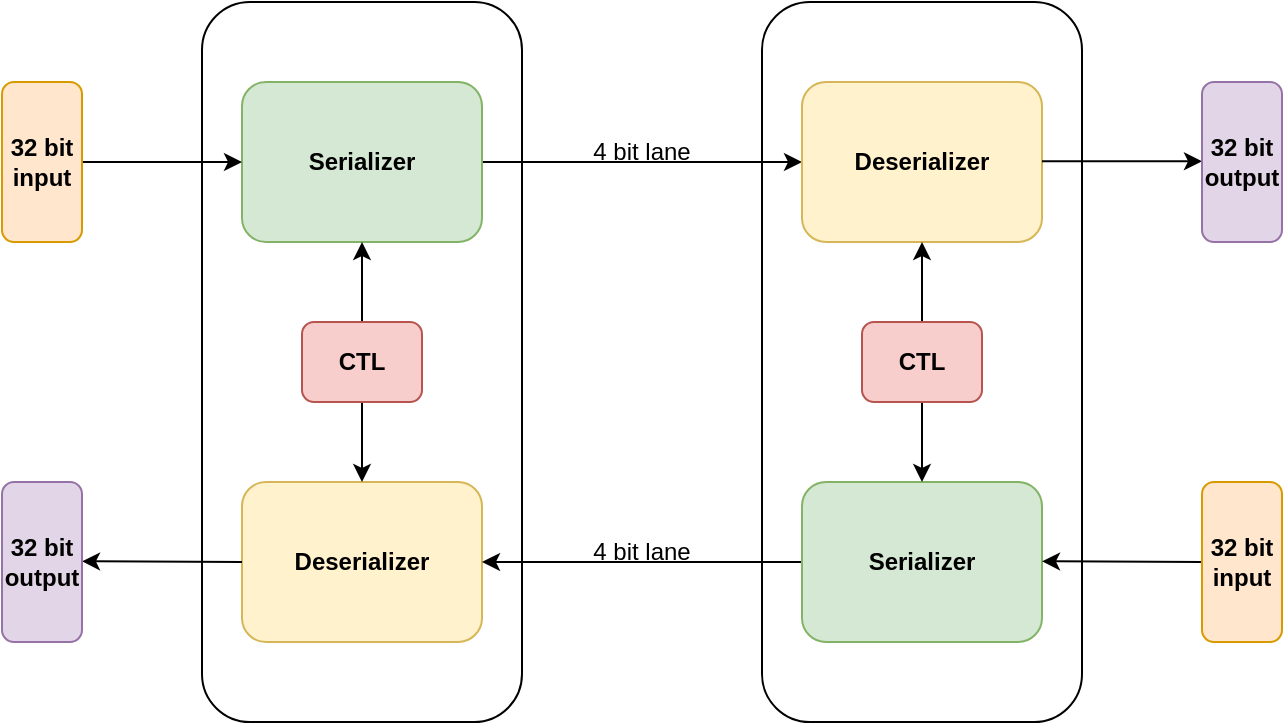
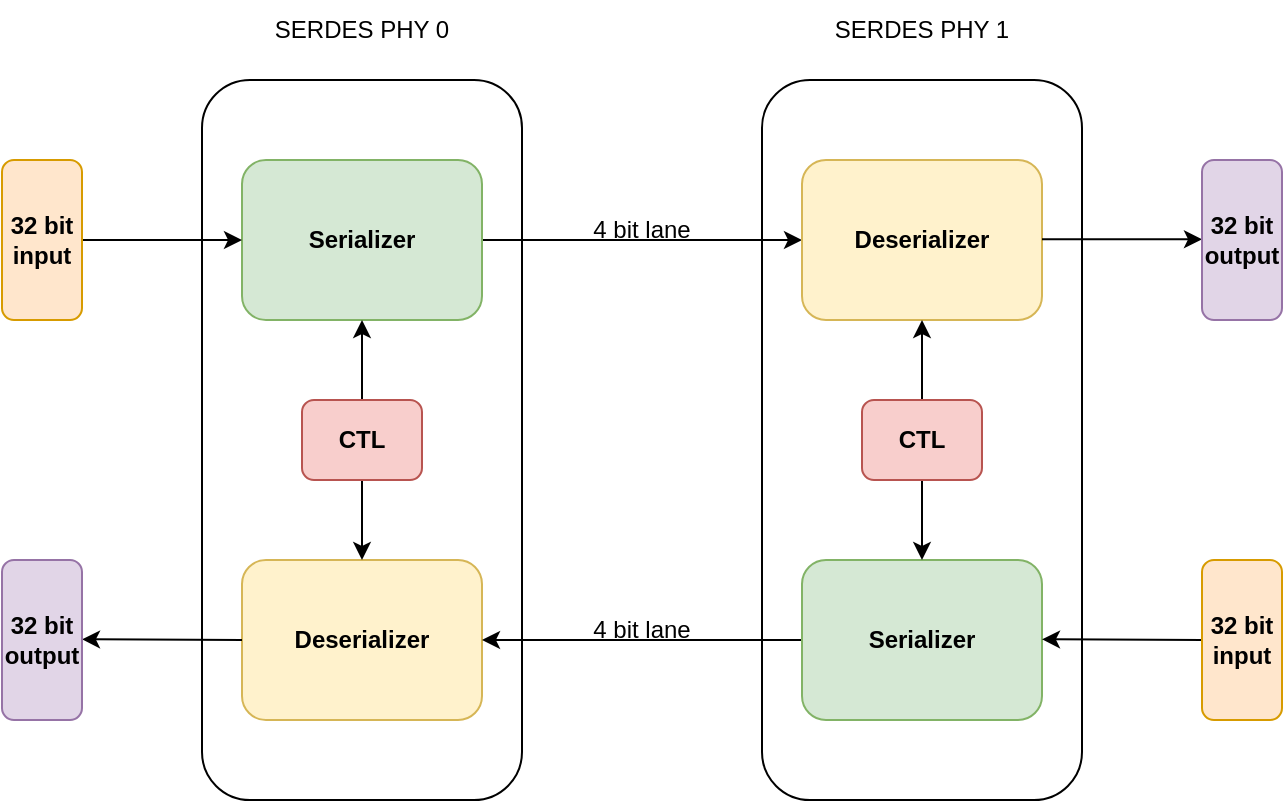
<mxfile host="app.diagrams.net" pages="6">
  <diagram name="SerDes Block Diagram" id="W4ALeMc_fcv-iuW4_5jM">
-     <mxGraphModel dx="654" dy="921" grid="1" gridSize="10" guides="1" tooltips="1" connect="1" arrows="1" fold="1" page="1" pageScale="1" pageWidth="850" pageHeight="1100" math="0" shadow="0">
+     <mxGraphModel dx="1426" dy="763" grid="1" gridSize="10" guides="1" tooltips="1" connect="1" arrows="1" fold="1" page="1" pageScale="1" pageWidth="850" pageHeight="1100" math="0" shadow="0">
      <root>
        <mxCell id="0" />
        <mxCell id="1" parent="0" />
        <mxCell id="13rOEOkUA4Yrk083lLE4-12" parent="1" style="rounded=1;whiteSpace=wrap;html=1;" value="" vertex="1">
          <mxGeometry height="360" width="160" x="460" y="160" as="geometry" />
        </mxCell>
        <mxCell id="13rOEOkUA4Yrk083lLE4-11" parent="1" style="rounded=1;whiteSpace=wrap;html=1;" value="" vertex="1">
          <mxGeometry height="360" width="160" x="180" y="160" as="geometry" />
        </mxCell>
        <mxCell id="13rOEOkUA4Yrk083lLE4-9" edge="1" parent="1" source="D67Tu_U39foHL8RCta2M-1" style="edgeStyle=orthogonalEdgeStyle;rounded=0;orthogonalLoop=1;jettySize=auto;html=1;exitX=1;exitY=0.5;exitDx=0;exitDy=0;entryX=0;entryY=0.5;entryDx=0;entryDy=0;" target="13rOEOkUA4Yrk083lLE4-4">
          <mxGeometry relative="1" as="geometry" />
        </mxCell>
        <mxCell id="D67Tu_U39foHL8RCta2M-1" parent="1" style="rounded=1;whiteSpace=wrap;html=1;fontStyle=1;fillColor=#d5e8d4;strokeColor=#82b366;" value="Serializer" vertex="1">
          <mxGeometry height="80" width="120" x="200" y="200" as="geometry" />
        </mxCell>
        <mxCell id="D67Tu_U39foHL8RCta2M-2" parent="1" style="rounded=1;whiteSpace=wrap;html=1;fontStyle=1;fillColor=#fff2cc;strokeColor=#d6b656;" value="Deserializer" vertex="1">
          <mxGeometry height="80" width="120" x="200" y="400" as="geometry" />
        </mxCell>
        <mxCell id="13rOEOkUA4Yrk083lLE4-2" edge="1" parent="1" source="13rOEOkUA4Yrk083lLE4-1" style="edgeStyle=orthogonalEdgeStyle;rounded=0;orthogonalLoop=1;jettySize=auto;html=1;entryX=0.5;entryY=1;entryDx=0;entryDy=0;" target="D67Tu_U39foHL8RCta2M-1">
          <mxGeometry relative="1" as="geometry" />
        </mxCell>
        <mxCell id="13rOEOkUA4Yrk083lLE4-3" edge="1" parent="1" source="13rOEOkUA4Yrk083lLE4-1" style="edgeStyle=orthogonalEdgeStyle;rounded=0;orthogonalLoop=1;jettySize=auto;html=1;entryX=0.5;entryY=0;entryDx=0;entryDy=0;" target="D67Tu_U39foHL8RCta2M-2">
          <mxGeometry relative="1" as="geometry" />
        </mxCell>
        <mxCell id="13rOEOkUA4Yrk083lLE4-1" parent="1" style="rounded=1;whiteSpace=wrap;html=1;fillColor=#f8cecc;strokeColor=#b85450;fontStyle=1" value="CTL" vertex="1">
          <mxGeometry height="40" width="60" x="230" y="320" as="geometry" />
        </mxCell>
        <mxCell id="13rOEOkUA4Yrk083lLE4-4" parent="1" style="rounded=1;whiteSpace=wrap;html=1;fontStyle=1;fillColor=#fff2cc;strokeColor=#d6b656;" value="Deserializer" vertex="1">
          <mxGeometry height="80" width="120" x="480" y="200" as="geometry" />
        </mxCell>
        <mxCell id="13rOEOkUA4Yrk083lLE4-10" edge="1" parent="1" source="13rOEOkUA4Yrk083lLE4-5" style="edgeStyle=orthogonalEdgeStyle;rounded=0;orthogonalLoop=1;jettySize=auto;html=1;entryX=1;entryY=0.5;entryDx=0;entryDy=0;" target="D67Tu_U39foHL8RCta2M-2">
          <mxGeometry relative="1" as="geometry" />
        </mxCell>
        <mxCell id="13rOEOkUA4Yrk083lLE4-5" parent="1" style="rounded=1;whiteSpace=wrap;html=1;fontStyle=1;fillColor=#d5e8d4;strokeColor=#82b366;" value="Serializer" vertex="1">
          <mxGeometry height="80" width="120" x="480" y="400" as="geometry" />
        </mxCell>
        <mxCell id="13rOEOkUA4Yrk083lLE4-6" edge="1" parent="1" source="13rOEOkUA4Yrk083lLE4-8" style="edgeStyle=orthogonalEdgeStyle;rounded=0;orthogonalLoop=1;jettySize=auto;html=1;entryX=0.5;entryY=1;entryDx=0;entryDy=0;" target="13rOEOkUA4Yrk083lLE4-4">
          <mxGeometry relative="1" as="geometry" />
        </mxCell>
        <mxCell id="13rOEOkUA4Yrk083lLE4-7" edge="1" parent="1" source="13rOEOkUA4Yrk083lLE4-8" style="edgeStyle=orthogonalEdgeStyle;rounded=0;orthogonalLoop=1;jettySize=auto;html=1;entryX=0.5;entryY=0;entryDx=0;entryDy=0;" target="13rOEOkUA4Yrk083lLE4-5">
          <mxGeometry relative="1" as="geometry" />
        </mxCell>
        <mxCell id="13rOEOkUA4Yrk083lLE4-8" parent="1" style="rounded=1;whiteSpace=wrap;html=1;fillColor=#f8cecc;strokeColor=#b85450;fontStyle=1" value="CTL" vertex="1">
          <mxGeometry height="40" width="60" x="510" y="320" as="geometry" />
        </mxCell>
        <mxCell id="13rOEOkUA4Yrk083lLE4-13" edge="1" parent="1" style="endArrow=classic;html=1;rounded=0;" value="">
          <mxGeometry height="50" relative="1" width="50" as="geometry">
            <mxPoint x="120" y="240" as="sourcePoint" />
            <mxPoint x="200" y="240" as="targetPoint" />
          </mxGeometry>
        </mxCell>
        <mxCell id="13rOEOkUA4Yrk083lLE4-14" edge="1" parent="1" style="endArrow=classic;html=1;rounded=0;" value="">
          <mxGeometry height="50" relative="1" width="50" as="geometry">
            <mxPoint x="600" y="239.66" as="sourcePoint" />
            <mxPoint x="680" y="239.66" as="targetPoint" />
          </mxGeometry>
        </mxCell>
        <mxCell id="13rOEOkUA4Yrk083lLE4-15" edge="1" parent="1" style="endArrow=classic;html=1;rounded=0;" value="">
          <mxGeometry height="50" relative="1" width="50" as="geometry">
            <mxPoint x="680" y="440" as="sourcePoint" />
            <mxPoint x="600" y="439.65999999999997" as="targetPoint" />
          </mxGeometry>
        </mxCell>
        <mxCell id="13rOEOkUA4Yrk083lLE4-16" edge="1" parent="1" style="endArrow=classic;html=1;rounded=0;" value="">
          <mxGeometry height="50" relative="1" width="50" as="geometry">
            <mxPoint x="200" y="440" as="sourcePoint" />
            <mxPoint x="120" y="439.65999999999997" as="targetPoint" />
          </mxGeometry>
        </mxCell>
        <mxCell id="13rOEOkUA4Yrk083lLE4-17" parent="1" style="rounded=1;whiteSpace=wrap;html=1;fillColor=#ffe6cc;strokeColor=#d79b00;fontStyle=1" value="32 bit input" vertex="1">
          <mxGeometry height="80" width="40" x="80" y="200" as="geometry" />
        </mxCell>
        <mxCell id="13rOEOkUA4Yrk083lLE4-18" parent="1" style="rounded=1;whiteSpace=wrap;html=1;fillColor=#e1d5e7;strokeColor=#9673a6;fontStyle=1" value="32 bit output" vertex="1">
          <mxGeometry height="80" width="40" x="80" y="400" as="geometry" />
        </mxCell>
        <mxCell id="13rOEOkUA4Yrk083lLE4-19" parent="1" style="rounded=1;whiteSpace=wrap;html=1;fillColor=#e1d5e7;strokeColor=#9673a6;fontStyle=1" value="32 bit output" vertex="1">
          <mxGeometry height="80" width="40" x="680" y="200" as="geometry" />
        </mxCell>
        <mxCell id="13rOEOkUA4Yrk083lLE4-20" parent="1" style="rounded=1;whiteSpace=wrap;html=1;fillColor=#ffe6cc;strokeColor=#d79b00;fontStyle=1" value="32 bit input" vertex="1">
          <mxGeometry height="80" width="40" x="680" y="400" as="geometry" />
        </mxCell>
        <mxCell id="13rOEOkUA4Yrk083lLE4-21" parent="1" style="text;html=1;whiteSpace=wrap;strokeColor=none;fillColor=none;align=center;verticalAlign=middle;rounded=0;" value="4 bit lane" vertex="1">
          <mxGeometry height="30" width="60" x="370" y="220" as="geometry" />
        </mxCell>
        <mxCell id="13rOEOkUA4Yrk083lLE4-22" parent="1" style="text;html=1;whiteSpace=wrap;strokeColor=none;fillColor=none;align=center;verticalAlign=middle;rounded=0;" value="4 bit lane" vertex="1">
          <mxGeometry height="30" width="60" x="370" y="420" as="geometry" />
+         </mxCell>
+         <mxCell id="mlYiBdqm3hBiFLX8fkEW-1" parent="1" style="text;html=1;whiteSpace=wrap;strokeColor=none;fillColor=none;align=center;verticalAlign=middle;rounded=0;" value="SERDES PHY 0" vertex="1">
+           <mxGeometry height="30" width="100" x="210" y="120" as="geometry" />
+         </mxCell>
+         <mxCell id="mlYiBdqm3hBiFLX8fkEW-2" parent="1" style="text;html=1;whiteSpace=wrap;strokeColor=none;fillColor=none;align=center;verticalAlign=middle;rounded=0;" value="SERDES PHY 1" vertex="1">
+           <mxGeometry height="30" width="100" x="490" y="120" as="geometry" />
        </mxCell>
      </root>
    </mxGraphModel>
  </diagram>
  <diagram id="SM-vHWCTu8mX1VBDOvTN" name="Serializer">
    <mxGraphModel dx="449" dy="631" grid="1" gridSize="10" guides="1" tooltips="1" connect="1" arrows="1" fold="1" page="1" pageScale="1" pageWidth="850" pageHeight="1100" math="0" shadow="0">
      <root>
        <mxCell id="0" />
        <mxCell id="1" parent="0" />
        <mxCell id="HrDtkqU3LfZi8aYhjFWm-23" parent="1" style="rounded=0;whiteSpace=wrap;html=1;fillColor=#f5f5f5;fontColor=#333333;strokeColor=#666666;" value="" vertex="1">
          <mxGeometry height="350" width="390" x="150" y="150" as="geometry" />
        </mxCell>
        <mxCell id="pC2hHluhtUZVfC5RP3EN-9" edge="1" parent="1" source="pC2hHluhtUZVfC5RP3EN-1" style="edgeStyle=orthogonalEdgeStyle;rounded=0;orthogonalLoop=1;jettySize=auto;html=1;entryX=0;entryY=0.5;entryDx=0;entryDy=0;strokeWidth=3;fontStyle=1" target="pC2hHluhtUZVfC5RP3EN-5">
          <mxGeometry relative="1" as="geometry" />
        </mxCell>
        <mxCell id="pC2hHluhtUZVfC5RP3EN-1" parent="1" style="rounded=1;whiteSpace=wrap;html=1;fontStyle=1;fillColor=#f8cecc;strokeColor=#b85450;" value="8b_10b encoder" vertex="1">
          <mxGeometry height="60" width="120" x="240" y="160" as="geometry" />
        </mxCell>
        <mxCell id="pC2hHluhtUZVfC5RP3EN-11" edge="1" parent="1" source="pC2hHluhtUZVfC5RP3EN-2" style="edgeStyle=orthogonalEdgeStyle;rounded=0;orthogonalLoop=1;jettySize=auto;html=1;strokeWidth=3;fontStyle=1" target="pC2hHluhtUZVfC5RP3EN-6" value="">
          <mxGeometry relative="1" as="geometry" />
        </mxCell>
        <mxCell id="pC2hHluhtUZVfC5RP3EN-2" parent="1" style="rounded=1;whiteSpace=wrap;html=1;fontStyle=1;fillColor=#f8cecc;strokeColor=#b85450;" value="8b_10b encoder" vertex="1">
          <mxGeometry height="60" width="120" x="240" y="240" as="geometry" />
        </mxCell>
        <mxCell id="pC2hHluhtUZVfC5RP3EN-12" edge="1" parent="1" source="pC2hHluhtUZVfC5RP3EN-3" style="edgeStyle=orthogonalEdgeStyle;rounded=0;orthogonalLoop=1;jettySize=auto;html=1;strokeWidth=3;fontStyle=1" target="pC2hHluhtUZVfC5RP3EN-7" value="">
          <mxGeometry relative="1" as="geometry" />
        </mxCell>
        <mxCell id="pC2hHluhtUZVfC5RP3EN-3" parent="1" style="rounded=1;whiteSpace=wrap;html=1;fontStyle=1;fillColor=#f8cecc;strokeColor=#b85450;" value="8b_10b encoder" vertex="1">
          <mxGeometry height="60" width="120" x="240" y="320" as="geometry" />
        </mxCell>
        <mxCell id="pC2hHluhtUZVfC5RP3EN-13" edge="1" parent="1" source="pC2hHluhtUZVfC5RP3EN-4" style="edgeStyle=orthogonalEdgeStyle;rounded=0;orthogonalLoop=1;jettySize=auto;html=1;strokeWidth=3;fontStyle=1" target="pC2hHluhtUZVfC5RP3EN-8" value="">
          <mxGeometry relative="1" as="geometry" />
        </mxCell>
        <mxCell id="pC2hHluhtUZVfC5RP3EN-4" parent="1" style="rounded=1;whiteSpace=wrap;html=1;fontStyle=1;fillColor=#f8cecc;strokeColor=#b85450;" value="8b_10b encoder" vertex="1">
          <mxGeometry height="60" width="120" x="240" y="400" as="geometry" />
        </mxCell>
        <mxCell id="89ZLC0GaL6CsAaurwa_B-12" edge="1" parent="1" source="pC2hHluhtUZVfC5RP3EN-5" style="edgeStyle=orthogonalEdgeStyle;rounded=0;orthogonalLoop=1;jettySize=auto;html=1;">
          <mxGeometry relative="1" as="geometry">
            <mxPoint x="560" y="190" as="targetPoint" />
          </mxGeometry>
        </mxCell>
        <mxCell id="pC2hHluhtUZVfC5RP3EN-5" parent="1" style="rounded=1;whiteSpace=wrap;html=1;fontStyle=1;fillColor=#ffe6cc;strokeColor=#d79b00;" value="PISO" vertex="1">
          <mxGeometry height="60" width="120" x="400" y="160" as="geometry" />
        </mxCell>
        <mxCell id="89ZLC0GaL6CsAaurwa_B-13" edge="1" parent="1" source="pC2hHluhtUZVfC5RP3EN-6" style="edgeStyle=orthogonalEdgeStyle;rounded=0;orthogonalLoop=1;jettySize=auto;html=1;">
          <mxGeometry relative="1" as="geometry">
            <mxPoint x="560" y="270" as="targetPoint" />
          </mxGeometry>
        </mxCell>
        <mxCell id="pC2hHluhtUZVfC5RP3EN-6" parent="1" style="rounded=1;whiteSpace=wrap;html=1;fontStyle=1;fillColor=#ffe6cc;strokeColor=#d79b00;" value="PISO" vertex="1">
          <mxGeometry height="60" width="120" x="400" y="240" as="geometry" />
        </mxCell>
        <mxCell id="89ZLC0GaL6CsAaurwa_B-14" edge="1" parent="1" source="pC2hHluhtUZVfC5RP3EN-7" style="edgeStyle=orthogonalEdgeStyle;rounded=0;orthogonalLoop=1;jettySize=auto;html=1;">
          <mxGeometry relative="1" as="geometry">
            <mxPoint x="560" y="350" as="targetPoint" />
          </mxGeometry>
        </mxCell>
        <mxCell id="pC2hHluhtUZVfC5RP3EN-7" parent="1" style="rounded=1;whiteSpace=wrap;html=1;fontStyle=1;fillColor=#ffe6cc;strokeColor=#d79b00;" value="PISO" vertex="1">
          <mxGeometry height="60" width="120" x="400" y="320" as="geometry" />
        </mxCell>
        <mxCell id="89ZLC0GaL6CsAaurwa_B-15" edge="1" parent="1" source="pC2hHluhtUZVfC5RP3EN-8" style="edgeStyle=orthogonalEdgeStyle;rounded=0;orthogonalLoop=1;jettySize=auto;html=1;">
          <mxGeometry relative="1" as="geometry">
            <mxPoint x="560" y="430" as="targetPoint" />
          </mxGeometry>
        </mxCell>
        <mxCell id="pC2hHluhtUZVfC5RP3EN-8" parent="1" style="rounded=1;whiteSpace=wrap;html=1;fontStyle=1;fillColor=#ffe6cc;strokeColor=#d79b00;" value="PISO" vertex="1">
          <mxGeometry height="60" width="120" x="400" y="400" as="geometry" />
        </mxCell>
        <mxCell id="89ZLC0GaL6CsAaurwa_B-1" parent="1" style="rounded=1;whiteSpace=wrap;html=1;fillColor=#ffe6cc;strokeColor=#d79b00;fontStyle=1" value="32 bit input" vertex="1">
          <mxGeometry height="80" width="40" x="80" y="270" as="geometry" />
        </mxCell>
        <mxCell id="89ZLC0GaL6CsAaurwa_B-3" edge="1" parent="1" source="89ZLC0GaL6CsAaurwa_B-1" style="endArrow=none;html=1;rounded=0;exitX=1;exitY=0.5;exitDx=0;exitDy=0;strokeWidth=3;" value="">
          <mxGeometry height="50" relative="1" width="50" as="geometry">
            <mxPoint x="150" y="310" as="sourcePoint" />
            <mxPoint x="160" y="310" as="targetPoint" />
          </mxGeometry>
        </mxCell>
        <mxCell id="89ZLC0GaL6CsAaurwa_B-4" edge="1" parent="1" source="89ZLC0GaL6CsAaurwa_B-17" style="endArrow=none;html=1;rounded=0;strokeWidth=3;" value="">
          <mxGeometry height="50" relative="1" width="50" as="geometry">
            <mxPoint x="160" y="430" as="sourcePoint" />
            <mxPoint x="160" y="190" as="targetPoint" />
          </mxGeometry>
        </mxCell>
        <mxCell id="89ZLC0GaL6CsAaurwa_B-5" edge="1" parent="1" style="endArrow=classic;html=1;rounded=0;entryX=0;entryY=0.5;entryDx=0;entryDy=0;strokeWidth=3;" target="pC2hHluhtUZVfC5RP3EN-1" value="">
          <mxGeometry height="50" relative="1" width="50" as="geometry">
            <mxPoint x="160" y="190" as="sourcePoint" />
            <mxPoint x="210" y="160" as="targetPoint" />
          </mxGeometry>
        </mxCell>
        <mxCell id="89ZLC0GaL6CsAaurwa_B-6" edge="1" parent="1" source="89ZLC0GaL6CsAaurwa_B-9" style="endArrow=classic;html=1;rounded=0;entryX=0;entryY=0.5;entryDx=0;entryDy=0;strokeWidth=3;" value="">
          <mxGeometry height="50" relative="1" width="50" as="geometry">
            <mxPoint x="160" y="269.9" as="sourcePoint" />
            <mxPoint x="240" y="269.9" as="targetPoint" />
          </mxGeometry>
        </mxCell>
        <mxCell id="89ZLC0GaL6CsAaurwa_B-7" edge="1" parent="1" source="89ZLC0GaL6CsAaurwa_B-11" style="endArrow=classic;html=1;rounded=0;entryX=0;entryY=0.5;entryDx=0;entryDy=0;strokeWidth=3;" value="">
          <mxGeometry height="50" relative="1" width="50" as="geometry">
            <mxPoint x="160" y="349.9" as="sourcePoint" />
            <mxPoint x="240" y="349.9" as="targetPoint" />
          </mxGeometry>
        </mxCell>
        <mxCell id="89ZLC0GaL6CsAaurwa_B-8" edge="1" parent="1" style="endArrow=classic;html=1;rounded=0;entryX=0;entryY=0.5;entryDx=0;entryDy=0;strokeWidth=3;" value="">
          <mxGeometry height="50" relative="1" width="50" as="geometry">
            <mxPoint x="160" y="429.9" as="sourcePoint" />
            <mxPoint x="240" y="429.9" as="targetPoint" />
          </mxGeometry>
        </mxCell>
        <mxCell id="89ZLC0GaL6CsAaurwa_B-9" parent="1" style="shape=waypoint;sketch=0;fillStyle=solid;size=6;pointerEvents=1;points=[];fillColor=none;resizable=0;rotatable=0;perimeter=centerPerimeter;snapToPoint=1;strokeWidth=3;fontStyle=0" value="" vertex="1">
          <mxGeometry height="20" width="20" x="150" y="259.9" as="geometry" />
        </mxCell>
        <mxCell id="89ZLC0GaL6CsAaurwa_B-10" edge="1" parent="1" style="endArrow=classic;html=1;rounded=0;entryDx=0;entryDy=0;strokeWidth=3;" target="89ZLC0GaL6CsAaurwa_B-11" value="">
          <mxGeometry height="50" relative="1" width="50" as="geometry">
            <mxPoint x="160" y="349.9" as="sourcePoint" />
            <mxPoint x="240" y="349.9" as="targetPoint" />
          </mxGeometry>
        </mxCell>
        <mxCell id="89ZLC0GaL6CsAaurwa_B-11" parent="1" style="shape=waypoint;sketch=0;fillStyle=solid;size=6;pointerEvents=1;points=[];fillColor=none;resizable=0;rotatable=0;perimeter=centerPerimeter;snapToPoint=1;strokeWidth=3;" value="" vertex="1">
          <mxGeometry height="20" width="20" x="150" y="340" as="geometry" />
        </mxCell>
        <mxCell id="89ZLC0GaL6CsAaurwa_B-18" edge="1" parent="1" style="endArrow=none;html=1;rounded=0;strokeWidth=3;" target="89ZLC0GaL6CsAaurwa_B-17" value="">
          <mxGeometry height="50" relative="1" width="50" as="geometry">
            <mxPoint x="160" y="430" as="sourcePoint" />
            <mxPoint x="160" y="190" as="targetPoint" />
          </mxGeometry>
        </mxCell>
        <mxCell id="89ZLC0GaL6CsAaurwa_B-17" parent="1" style="shape=waypoint;sketch=0;fillStyle=solid;size=6;pointerEvents=1;points=[];fillColor=none;resizable=0;rotatable=0;perimeter=centerPerimeter;snapToPoint=1;strokeWidth=3;fontStyle=0" value="" vertex="1">
          <mxGeometry height="20" width="20" x="150" y="300" as="geometry" />
        </mxCell>
        <mxCell id="HrDtkqU3LfZi8aYhjFWm-1" parent="1" style="text;html=1;whiteSpace=wrap;strokeColor=none;fillColor=none;align=center;verticalAlign=middle;rounded=0;" value="8 bit [31:24]" vertex="1">
          <mxGeometry height="30" width="70" x="160" y="160" as="geometry" />
        </mxCell>
        <mxCell id="HrDtkqU3LfZi8aYhjFWm-2" parent="1" style="text;html=1;whiteSpace=wrap;strokeColor=none;fillColor=none;align=center;verticalAlign=middle;rounded=0;" value="8 bit [23:16]" vertex="1">
          <mxGeometry height="30" width="70" x="160" y="240" as="geometry" />
        </mxCell>
        <mxCell id="HrDtkqU3LfZi8aYhjFWm-3" parent="1" style="text;html=1;whiteSpace=wrap;strokeColor=none;fillColor=none;align=center;verticalAlign=middle;rounded=0;" value="8 bit [15:8]" vertex="1">
          <mxGeometry height="30" width="70" x="160" y="320" as="geometry" />
        </mxCell>
        <mxCell id="HrDtkqU3LfZi8aYhjFWm-4" parent="1" style="text;html=1;whiteSpace=wrap;strokeColor=none;fillColor=none;align=center;verticalAlign=middle;rounded=0;" value="8 bit [7:0]" vertex="1">
          <mxGeometry height="30" width="70" x="160" y="400" as="geometry" />
        </mxCell>
        <mxCell id="HrDtkqU3LfZi8aYhjFWm-6" edge="1" parent="1" style="endArrow=classic;html=1;rounded=0;entryX=0.5;entryY=1;entryDx=0;entryDy=0;fillColor=#ffe6cc;strokeColor=#d79b00;" target="pC2hHluhtUZVfC5RP3EN-8" value="">
          <mxGeometry height="50" relative="1" width="50" as="geometry">
            <mxPoint x="460" y="490" as="sourcePoint" />
            <mxPoint x="470" y="470" as="targetPoint" />
          </mxGeometry>
        </mxCell>
        <mxCell id="HrDtkqU3LfZi8aYhjFWm-7" edge="1" parent="1" style="endArrow=classic;html=1;rounded=0;entryX=0.5;entryY=1;entryDx=0;entryDy=0;fillColor=#ffe6cc;strokeColor=#d79b00;" value="">
          <mxGeometry height="50" relative="1" width="50" as="geometry">
            <mxPoint x="459.83" y="400" as="sourcePoint" />
            <mxPoint x="459.83" y="380" as="targetPoint" />
          </mxGeometry>
        </mxCell>
        <mxCell id="HrDtkqU3LfZi8aYhjFWm-8" edge="1" parent="1" style="endArrow=classic;html=1;rounded=0;entryX=0.5;entryY=1;entryDx=0;entryDy=0;fillColor=#ffe6cc;strokeColor=#d79b00;" value="">
          <mxGeometry height="50" relative="1" width="50" as="geometry">
            <mxPoint x="459.92" y="320" as="sourcePoint" />
            <mxPoint x="459.92" y="300" as="targetPoint" />
          </mxGeometry>
        </mxCell>
        <mxCell id="HrDtkqU3LfZi8aYhjFWm-9" edge="1" parent="1" style="endArrow=classic;html=1;rounded=0;entryX=0.5;entryY=1;entryDx=0;entryDy=0;fillColor=#ffe6cc;strokeColor=#d79b00;" value="">
          <mxGeometry height="50" relative="1" width="50" as="geometry">
            <mxPoint x="459.75" y="240" as="sourcePoint" />
            <mxPoint x="459.75" y="220" as="targetPoint" />
          </mxGeometry>
        </mxCell>
        <mxCell id="HrDtkqU3LfZi8aYhjFWm-10" edge="1" parent="1" style="endArrow=none;html=1;rounded=0;fillColor=#ffe6cc;strokeColor=#d79b00;" value="">
          <mxGeometry height="50" relative="1" width="50" as="geometry">
            <mxPoint x="120" y="490" as="sourcePoint" />
            <mxPoint x="460" y="490" as="targetPoint" />
          </mxGeometry>
        </mxCell>
        <mxCell id="HrDtkqU3LfZi8aYhjFWm-15" edge="1" parent="1" style="endArrow=classic;html=1;rounded=0;entryX=0.5;entryY=1;entryDx=0;entryDy=0;fillColor=#f8cecc;strokeColor=#b85450;" value="">
          <mxGeometry height="50" relative="1" width="50" as="geometry">
            <mxPoint x="299.93" y="480" as="sourcePoint" />
            <mxPoint x="299.93" y="460" as="targetPoint" />
          </mxGeometry>
        </mxCell>
        <mxCell id="HrDtkqU3LfZi8aYhjFWm-16" edge="1" parent="1" style="endArrow=classic;html=1;rounded=0;entryX=0.5;entryY=1;entryDx=0;entryDy=0;fillColor=#f8cecc;strokeColor=#b85450;" value="">
          <mxGeometry height="50" relative="1" width="50" as="geometry">
            <mxPoint x="299.76" y="400" as="sourcePoint" />
            <mxPoint x="299.76" y="380" as="targetPoint" />
          </mxGeometry>
        </mxCell>
        <mxCell id="HrDtkqU3LfZi8aYhjFWm-17" edge="1" parent="1" style="endArrow=classic;html=1;rounded=0;entryX=0.5;entryY=1;entryDx=0;entryDy=0;fillColor=#f8cecc;strokeColor=#b85450;" value="">
          <mxGeometry height="50" relative="1" width="50" as="geometry">
            <mxPoint x="299.85" y="320" as="sourcePoint" />
            <mxPoint x="299.85" y="300" as="targetPoint" />
          </mxGeometry>
        </mxCell>
        <mxCell id="HrDtkqU3LfZi8aYhjFWm-18" edge="1" parent="1" style="endArrow=classic;html=1;rounded=0;entryX=0.5;entryY=1;entryDx=0;entryDy=0;fillColor=#f8cecc;strokeColor=#b85450;" value="">
          <mxGeometry height="50" relative="1" width="50" as="geometry">
            <mxPoint x="299.68" y="240" as="sourcePoint" />
            <mxPoint x="299.68" y="220" as="targetPoint" />
          </mxGeometry>
        </mxCell>
        <mxCell id="HrDtkqU3LfZi8aYhjFWm-19" edge="1" parent="1" style="endArrow=none;html=1;rounded=0;fillColor=#f8cecc;strokeColor=#b85450;" value="">
          <mxGeometry height="50" relative="1" width="50" as="geometry">
            <mxPoint x="120" y="480" as="sourcePoint" />
            <mxPoint x="300" y="480" as="targetPoint" />
          </mxGeometry>
        </mxCell>
        <mxCell id="HrDtkqU3LfZi8aYhjFWm-20" parent="1" style="text;html=1;whiteSpace=wrap;strokeColor=none;fillColor=none;align=center;verticalAlign=middle;rounded=0;" value="enc_en" vertex="1">
          <mxGeometry height="20" width="70" x="90" y="460" as="geometry" />
        </mxCell>
        <mxCell id="HrDtkqU3LfZi8aYhjFWm-21" parent="1" style="text;html=1;whiteSpace=wrap;strokeColor=none;fillColor=none;align=center;verticalAlign=middle;rounded=0;" value="load" vertex="1">
          <mxGeometry height="20" width="60" x="95" y="490" as="geometry" />
        </mxCell>
        <mxCell id="QcQl9qD14WPaOGdumEFb-1" parent="1" style="text;html=1;whiteSpace=wrap;strokeColor=none;fillColor=none;align=center;verticalAlign=middle;rounded=0;" value="serial_o_1" vertex="1">
          <mxGeometry height="30" width="70" x="560" y="175" as="geometry" />
        </mxCell>
        <mxCell id="QcQl9qD14WPaOGdumEFb-2" parent="1" style="text;html=1;whiteSpace=wrap;strokeColor=none;fillColor=none;align=center;verticalAlign=middle;rounded=0;" value="serial_o_2" vertex="1">
          <mxGeometry height="30" width="70" x="560" y="254.9" as="geometry" />
        </mxCell>
        <mxCell id="QcQl9qD14WPaOGdumEFb-3" parent="1" style="text;html=1;whiteSpace=wrap;strokeColor=none;fillColor=none;align=center;verticalAlign=middle;rounded=0;" value="serial_o_3" vertex="1">
          <mxGeometry height="30" width="70" x="560" y="335" as="geometry" />
        </mxCell>
        <mxCell id="QcQl9qD14WPaOGdumEFb-4" parent="1" style="text;html=1;whiteSpace=wrap;strokeColor=none;fillColor=none;align=center;verticalAlign=middle;rounded=0;" value="serial_o_4" vertex="1">
          <mxGeometry height="30" width="70" x="560" y="415" as="geometry" />
        </mxCell>
      </root>
    </mxGraphModel>
  </diagram>
  <diagram id="Xj6hvQzYHJ6Y6QKgor_t" name="Deserializer">
    <mxGraphModel dx="654" dy="921" grid="1" gridSize="10" guides="1" tooltips="1" connect="1" arrows="1" fold="1" page="1" pageScale="1" pageWidth="850" pageHeight="1100" math="0" shadow="0">
      <root>
        <mxCell id="0" />
        <mxCell id="1" parent="0" />
        <mxCell id="0dXxwzbn42iffygLzoBh-2" parent="1" style="rounded=0;whiteSpace=wrap;html=1;fillColor=#f5f5f5;fontColor=#333333;strokeColor=#666666;" value="" vertex="1">
          <mxGeometry height="360" width="350" x="260" y="270" as="geometry" />
        </mxCell>
        <mxCell id="9Eho-R_DtEHTD2qOrNkG-1" parent="1" style="rounded=1;whiteSpace=wrap;html=1;fontStyle=1;fillColor=#f8cecc;strokeColor=#b85450;" value="8b_10b decoder" vertex="1">
          <mxGeometry height="60" width="120" x="440" y="280" as="geometry" />
        </mxCell>
        <mxCell id="9Eho-R_DtEHTD2qOrNkG-2" parent="1" style="rounded=1;whiteSpace=wrap;html=1;fontStyle=1;fillColor=#f8cecc;strokeColor=#b85450;" value="8b_10b decoder" vertex="1">
          <mxGeometry height="60" width="120" x="440" y="360" as="geometry" />
        </mxCell>
        <mxCell id="9Eho-R_DtEHTD2qOrNkG-3" parent="1" style="rounded=1;whiteSpace=wrap;html=1;fontStyle=1;fillColor=#f8cecc;strokeColor=#b85450;" value="8b_10b decoder" vertex="1">
          <mxGeometry height="60" width="120" x="440" y="440" as="geometry" />
        </mxCell>
        <mxCell id="9Eho-R_DtEHTD2qOrNkG-4" parent="1" style="rounded=1;whiteSpace=wrap;html=1;fontStyle=1;fillColor=#f8cecc;strokeColor=#b85450;" value="8b_10b decoder" vertex="1">
          <mxGeometry height="60" width="120" x="440" y="520" as="geometry" />
        </mxCell>
        <mxCell id="9Eho-R_DtEHTD2qOrNkG-6" edge="1" parent="1" style="endArrow=classic;html=1;rounded=0;entryX=0.5;entryY=1;entryDx=0;entryDy=0;fillColor=#f8cecc;strokeColor=#b85450;" value="">
          <mxGeometry height="50" relative="1" width="50" as="geometry">
            <mxPoint x="499.76" y="520" as="sourcePoint" />
            <mxPoint x="499.76" y="500" as="targetPoint" />
          </mxGeometry>
        </mxCell>
        <mxCell id="9Eho-R_DtEHTD2qOrNkG-7" edge="1" parent="1" style="endArrow=classic;html=1;rounded=0;entryX=0.5;entryY=1;entryDx=0;entryDy=0;fillColor=#f8cecc;strokeColor=#b85450;" value="">
          <mxGeometry height="50" relative="1" width="50" as="geometry">
            <mxPoint x="499.85" y="440" as="sourcePoint" />
            <mxPoint x="499.85" y="420" as="targetPoint" />
          </mxGeometry>
        </mxCell>
        <mxCell id="9Eho-R_DtEHTD2qOrNkG-8" edge="1" parent="1" style="endArrow=classic;html=1;rounded=0;entryX=0.5;entryY=1;entryDx=0;entryDy=0;fillColor=#f8cecc;strokeColor=#b85450;" value="">
          <mxGeometry height="50" relative="1" width="50" as="geometry">
            <mxPoint x="499.68" y="360" as="sourcePoint" />
            <mxPoint x="499.68" y="340" as="targetPoint" />
          </mxGeometry>
        </mxCell>
        <mxCell id="4FhU8_3ytNa-HGq9HzIw-1" edge="1" parent="1" source="4FhU8_3ytNa-HGq9HzIw-2" style="edgeStyle=orthogonalEdgeStyle;rounded=0;orthogonalLoop=1;jettySize=auto;html=1;strokeWidth=3;">
          <mxGeometry relative="1" as="geometry">
            <mxPoint x="440" y="310" as="targetPoint" />
          </mxGeometry>
        </mxCell>
        <mxCell id="4FhU8_3ytNa-HGq9HzIw-2" parent="1" style="rounded=1;whiteSpace=wrap;html=1;fontStyle=1;fillColor=#ffe6cc;strokeColor=#d79b00;" value="SIPO" vertex="1">
          <mxGeometry height="60" width="120" x="280" y="280" as="geometry" />
        </mxCell>
        <mxCell id="4FhU8_3ytNa-HGq9HzIw-3" edge="1" parent="1" source="4FhU8_3ytNa-HGq9HzIw-4" style="edgeStyle=orthogonalEdgeStyle;rounded=0;orthogonalLoop=1;jettySize=auto;html=1;strokeWidth=3;">
          <mxGeometry relative="1" as="geometry">
            <mxPoint x="440" y="390" as="targetPoint" />
          </mxGeometry>
        </mxCell>
        <mxCell id="4FhU8_3ytNa-HGq9HzIw-4" parent="1" style="rounded=1;whiteSpace=wrap;html=1;fontStyle=1;fillColor=#ffe6cc;strokeColor=#d79b00;" value="SIPO" vertex="1">
          <mxGeometry height="60" width="120" x="280" y="360" as="geometry" />
        </mxCell>
        <mxCell id="4FhU8_3ytNa-HGq9HzIw-5" edge="1" parent="1" source="4FhU8_3ytNa-HGq9HzIw-6" style="edgeStyle=orthogonalEdgeStyle;rounded=0;orthogonalLoop=1;jettySize=auto;html=1;strokeWidth=3;">
          <mxGeometry relative="1" as="geometry">
            <mxPoint x="440" y="470" as="targetPoint" />
          </mxGeometry>
        </mxCell>
        <mxCell id="4FhU8_3ytNa-HGq9HzIw-6" parent="1" style="rounded=1;whiteSpace=wrap;html=1;fontStyle=1;fillColor=#ffe6cc;strokeColor=#d79b00;" value="SIPO" vertex="1">
          <mxGeometry height="60" width="120" x="280" y="440" as="geometry" />
        </mxCell>
        <mxCell id="4FhU8_3ytNa-HGq9HzIw-7" edge="1" parent="1" source="4FhU8_3ytNa-HGq9HzIw-8" style="edgeStyle=orthogonalEdgeStyle;rounded=0;orthogonalLoop=1;jettySize=auto;html=1;strokeWidth=3;">
          <mxGeometry relative="1" as="geometry">
            <mxPoint x="440" y="550" as="targetPoint" />
          </mxGeometry>
        </mxCell>
        <mxCell id="4FhU8_3ytNa-HGq9HzIw-8" parent="1" style="rounded=1;whiteSpace=wrap;html=1;fontStyle=1;fillColor=#ffe6cc;strokeColor=#d79b00;" value="SIPO" vertex="1">
          <mxGeometry height="60" width="120" x="280" y="520" as="geometry" />
        </mxCell>
        <mxCell id="4FhU8_3ytNa-HGq9HzIw-9" edge="1" parent="1" style="endArrow=classic;html=1;rounded=0;entryX=0.5;entryY=1;entryDx=0;entryDy=0;fillColor=#ffe6cc;strokeColor=#d79b00;" value="">
          <mxGeometry height="50" relative="1" width="50" as="geometry">
            <mxPoint x="339.8299999999999" y="520" as="sourcePoint" />
            <mxPoint x="339.8299999999999" y="500" as="targetPoint" />
          </mxGeometry>
        </mxCell>
        <mxCell id="4FhU8_3ytNa-HGq9HzIw-10" edge="1" parent="1" style="endArrow=classic;html=1;rounded=0;entryX=0.5;entryY=1;entryDx=0;entryDy=0;fillColor=#ffe6cc;strokeColor=#d79b00;" value="">
          <mxGeometry height="50" relative="1" width="50" as="geometry">
            <mxPoint x="339.9200000000001" y="440" as="sourcePoint" />
            <mxPoint x="339.9200000000001" y="420" as="targetPoint" />
          </mxGeometry>
        </mxCell>
        <mxCell id="4FhU8_3ytNa-HGq9HzIw-11" edge="1" parent="1" style="endArrow=classic;html=1;rounded=0;entryX=0.5;entryY=1;entryDx=0;entryDy=0;fillColor=#ffe6cc;strokeColor=#d79b00;" value="">
          <mxGeometry height="50" relative="1" width="50" as="geometry">
            <mxPoint x="339.75" y="360" as="sourcePoint" />
            <mxPoint x="339.75" y="340" as="targetPoint" />
          </mxGeometry>
        </mxCell>
        <mxCell id="4FhU8_3ytNa-HGq9HzIw-12" edge="1" parent="1" style="edgeStyle=orthogonalEdgeStyle;rounded=0;orthogonalLoop=1;jettySize=auto;html=1;">
          <mxGeometry relative="1" as="geometry">
            <mxPoint x="240" y="310" as="sourcePoint" />
            <mxPoint x="280" y="310" as="targetPoint" />
          </mxGeometry>
        </mxCell>
        <mxCell id="4FhU8_3ytNa-HGq9HzIw-13" edge="1" parent="1" style="edgeStyle=orthogonalEdgeStyle;rounded=0;orthogonalLoop=1;jettySize=auto;html=1;">
          <mxGeometry relative="1" as="geometry">
            <mxPoint x="240" y="390" as="sourcePoint" />
            <mxPoint x="280" y="390" as="targetPoint" />
          </mxGeometry>
        </mxCell>
        <mxCell id="4FhU8_3ytNa-HGq9HzIw-14" edge="1" parent="1" style="edgeStyle=orthogonalEdgeStyle;rounded=0;orthogonalLoop=1;jettySize=auto;html=1;">
          <mxGeometry relative="1" as="geometry">
            <mxPoint x="240" y="470" as="sourcePoint" />
            <mxPoint x="280" y="470" as="targetPoint" />
          </mxGeometry>
        </mxCell>
        <mxCell id="4FhU8_3ytNa-HGq9HzIw-15" edge="1" parent="1" style="edgeStyle=orthogonalEdgeStyle;rounded=0;orthogonalLoop=1;jettySize=auto;html=1;">
          <mxGeometry relative="1" as="geometry">
            <mxPoint x="240" y="550" as="sourcePoint" />
            <mxPoint x="280" y="550" as="targetPoint" />
          </mxGeometry>
        </mxCell>
        <mxCell id="4FhU8_3ytNa-HGq9HzIw-16" edge="1" parent="1" style="endArrow=classic;html=1;rounded=0;entryX=0.5;entryY=1;entryDx=0;entryDy=0;fillColor=#ffe6cc;strokeColor=#d79b00;" value="">
          <mxGeometry height="50" relative="1" width="50" as="geometry">
            <mxPoint x="339.86" y="610" as="sourcePoint" />
            <mxPoint x="339.85999999999996" y="580" as="targetPoint" />
          </mxGeometry>
        </mxCell>
        <mxCell id="4FhU8_3ytNa-HGq9HzIw-17" edge="1" parent="1" style="endArrow=classic;html=1;rounded=0;entryX=0.5;entryY=1;entryDx=0;entryDy=0;fillColor=#f8cecc;strokeColor=#b85450;" value="">
          <mxGeometry height="50" relative="1" width="50" as="geometry">
            <mxPoint x="499.86" y="600" as="sourcePoint" />
            <mxPoint x="499.86" y="580" as="targetPoint" />
          </mxGeometry>
        </mxCell>
        <mxCell id="4FhU8_3ytNa-HGq9HzIw-18" edge="1" parent="1" style="endArrow=none;html=1;rounded=0;fillColor=#f8cecc;strokeColor=#b85450;" value="">
          <mxGeometry height="50" relative="1" width="50" as="geometry">
            <mxPoint x="500" y="600" as="sourcePoint" />
            <mxPoint x="640" y="600" as="targetPoint" />
          </mxGeometry>
        </mxCell>
        <mxCell id="4FhU8_3ytNa-HGq9HzIw-19" edge="1" parent="1" style="endArrow=none;html=1;rounded=0;fillColor=#fff2cc;strokeColor=#d6b656;" value="">
          <mxGeometry height="50" relative="1" width="50" as="geometry">
            <mxPoint x="340" y="610" as="sourcePoint" />
            <mxPoint x="640" y="610" as="targetPoint" />
          </mxGeometry>
        </mxCell>
        <mxCell id="Y27FuvalkqwhmIXFjHxQ-1" edge="1" parent="1" style="endArrow=none;html=1;rounded=0;strokeWidth=3;" value="">
          <mxGeometry height="50" relative="1" width="50" as="geometry">
            <mxPoint x="560" y="310" as="sourcePoint" />
            <mxPoint x="600" y="310" as="targetPoint" />
          </mxGeometry>
        </mxCell>
        <mxCell id="Y27FuvalkqwhmIXFjHxQ-2" edge="1" parent="1" style="endArrow=none;html=1;rounded=0;strokeWidth=3;" value="">
          <mxGeometry height="50" relative="1" width="50" as="geometry">
            <mxPoint x="560" y="389.8" as="sourcePoint" />
            <mxPoint x="600" y="389.8" as="targetPoint" />
          </mxGeometry>
        </mxCell>
        <mxCell id="Y27FuvalkqwhmIXFjHxQ-3" edge="1" parent="1" style="endArrow=none;html=1;rounded=0;strokeWidth=3;" value="">
          <mxGeometry height="50" relative="1" width="50" as="geometry">
            <mxPoint x="560" y="469.8" as="sourcePoint" />
            <mxPoint x="600" y="469.8" as="targetPoint" />
          </mxGeometry>
        </mxCell>
        <mxCell id="Y27FuvalkqwhmIXFjHxQ-4" edge="1" parent="1" style="endArrow=none;html=1;rounded=0;strokeWidth=3;" value="">
          <mxGeometry height="50" relative="1" width="50" as="geometry">
            <mxPoint x="560" y="550" as="sourcePoint" />
            <mxPoint x="600" y="550" as="targetPoint" />
          </mxGeometry>
        </mxCell>
        <mxCell id="Y27FuvalkqwhmIXFjHxQ-5" edge="1" parent="1" source="0dXxwzbn42iffygLzoBh-4" style="endArrow=none;html=1;rounded=0;strokeWidth=3;" value="">
          <mxGeometry height="50" relative="1" width="50" as="geometry">
            <mxPoint x="600" y="550" as="sourcePoint" />
            <mxPoint x="600" y="310" as="targetPoint" />
          </mxGeometry>
        </mxCell>
        <mxCell id="Y27FuvalkqwhmIXFjHxQ-6" edge="1" parent="1" style="endArrow=classic;html=1;rounded=0;strokeWidth=3;" value="">
          <mxGeometry height="50" relative="1" width="50" as="geometry">
            <mxPoint x="600" y="430" as="sourcePoint" />
            <mxPoint x="640" y="430" as="targetPoint" />
          </mxGeometry>
        </mxCell>
        <mxCell id="0dXxwzbn42iffygLzoBh-1" parent="1" style="rounded=1;whiteSpace=wrap;html=1;fillColor=#e1d5e7;strokeColor=#9673a6;fontStyle=1" value="32 bit output" vertex="1">
          <mxGeometry height="80" width="40" x="640" y="400" as="geometry" />
        </mxCell>
        <mxCell id="0dXxwzbn42iffygLzoBh-3" edge="1" parent="1" source="0dXxwzbn42iffygLzoBh-7" style="endArrow=none;html=1;rounded=0;strokeWidth=3;" target="0dXxwzbn42iffygLzoBh-4" value="">
          <mxGeometry height="50" relative="1" width="50" as="geometry">
            <mxPoint x="600" y="550" as="sourcePoint" />
            <mxPoint x="600" y="310" as="targetPoint" />
          </mxGeometry>
        </mxCell>
        <mxCell id="0dXxwzbn42iffygLzoBh-4" parent="1" style="shape=waypoint;sketch=0;fillStyle=solid;size=6;pointerEvents=1;points=[];fillColor=none;resizable=0;rotatable=0;perimeter=centerPerimeter;snapToPoint=1;" value="" vertex="1">
          <mxGeometry height="20" width="20" x="590" y="380" as="geometry" />
        </mxCell>
        <mxCell id="0dXxwzbn42iffygLzoBh-5" parent="1" style="shape=waypoint;sketch=0;fillStyle=solid;size=6;pointerEvents=1;points=[];fillColor=none;resizable=0;rotatable=0;perimeter=centerPerimeter;snapToPoint=1;" value="" vertex="1">
          <mxGeometry height="20" width="20" x="590" y="420" as="geometry" />
        </mxCell>
        <mxCell id="0dXxwzbn42iffygLzoBh-6" edge="1" parent="1" style="endArrow=none;html=1;rounded=0;strokeWidth=3;" target="0dXxwzbn42iffygLzoBh-7" value="">
          <mxGeometry height="50" relative="1" width="50" as="geometry">
            <mxPoint x="600" y="550" as="sourcePoint" />
            <mxPoint x="600" y="390" as="targetPoint" />
          </mxGeometry>
        </mxCell>
        <mxCell id="0dXxwzbn42iffygLzoBh-7" parent="1" style="shape=waypoint;sketch=0;fillStyle=solid;size=6;pointerEvents=1;points=[];fillColor=none;resizable=0;rotatable=0;perimeter=centerPerimeter;snapToPoint=1;" value="" vertex="1">
          <mxGeometry height="20" width="20" x="590" y="460" as="geometry" />
        </mxCell>
        <mxCell id="YFCXRl7140KZuvFQboWs-1" parent="1" style="text;html=1;whiteSpace=wrap;strokeColor=none;fillColor=none;align=center;verticalAlign=middle;rounded=0;" value="dec_en" vertex="1">
          <mxGeometry height="20" width="70" x="620" y="580" as="geometry" />
        </mxCell>
        <mxCell id="YFCXRl7140KZuvFQboWs-2" parent="1" style="text;html=1;whiteSpace=wrap;strokeColor=none;fillColor=none;align=center;verticalAlign=middle;rounded=0;" value="shift" vertex="1">
          <mxGeometry height="20" width="60" x="625" y="610" as="geometry" />
        </mxCell>
        <mxCell id="KodPqWTuBWEgRH-Iei6Q-1" parent="1" style="text;html=1;whiteSpace=wrap;strokeColor=none;fillColor=none;align=center;verticalAlign=middle;rounded=0;" value="8 bit [31:24]" vertex="1">
          <mxGeometry height="30" width="70" x="560" y="280" as="geometry" />
        </mxCell>
        <mxCell id="KodPqWTuBWEgRH-Iei6Q-2" parent="1" style="text;html=1;whiteSpace=wrap;strokeColor=none;fillColor=none;align=center;verticalAlign=middle;rounded=0;" value="8 bit [23:16]" vertex="1">
          <mxGeometry height="30" width="70" x="560" y="360" as="geometry" />
        </mxCell>
        <mxCell id="KodPqWTuBWEgRH-Iei6Q-3" parent="1" style="text;html=1;whiteSpace=wrap;strokeColor=none;fillColor=none;align=center;verticalAlign=middle;rounded=0;" value="8 bit [15:8]" vertex="1">
          <mxGeometry height="30" width="70" x="560" y="440" as="geometry" />
        </mxCell>
        <mxCell id="KodPqWTuBWEgRH-Iei6Q-4" parent="1" style="text;html=1;whiteSpace=wrap;strokeColor=none;fillColor=none;align=center;verticalAlign=middle;rounded=0;" value="8 bit [7:0]" vertex="1">
          <mxGeometry height="30" width="70" x="560" y="520" as="geometry" />
        </mxCell>
        <mxCell id="6H31x1Nu35Kd_6djOqIf-1" parent="1" style="text;html=1;whiteSpace=wrap;strokeColor=none;fillColor=none;align=center;verticalAlign=middle;rounded=0;" value="serial_i_1" vertex="1">
          <mxGeometry height="30" width="70" x="170" y="295" as="geometry" />
        </mxCell>
        <mxCell id="6H31x1Nu35Kd_6djOqIf-2" parent="1" style="text;html=1;whiteSpace=wrap;strokeColor=none;fillColor=none;align=center;verticalAlign=middle;rounded=0;" value="serial_i_2" vertex="1">
          <mxGeometry height="30" width="70" x="170" y="374.9" as="geometry" />
        </mxCell>
        <mxCell id="6H31x1Nu35Kd_6djOqIf-3" parent="1" style="text;html=1;whiteSpace=wrap;strokeColor=none;fillColor=none;align=center;verticalAlign=middle;rounded=0;" value="serial_i_3" vertex="1">
          <mxGeometry height="30" width="70" x="170" y="455" as="geometry" />
        </mxCell>
        <mxCell id="6H31x1Nu35Kd_6djOqIf-4" parent="1" style="text;html=1;whiteSpace=wrap;strokeColor=none;fillColor=none;align=center;verticalAlign=middle;rounded=0;" value="serial_i_4" vertex="1">
          <mxGeometry height="30" width="70" x="170" y="535" as="geometry" />
        </mxCell>
      </root>
    </mxGraphModel>
  </diagram>
  <diagram id="LtfCEwQRb_0pcri6VYEg" name="CTL">
    <mxGraphModel dx="374" dy="526" grid="1" gridSize="10" guides="1" tooltips="1" connect="1" arrows="1" fold="1" page="1" pageScale="1" pageWidth="850" pageHeight="1100" math="0" shadow="0">
      <root>
        <mxCell id="0" />
        <mxCell id="1" parent="0" />
        <mxCell id="_CrQV-zDCVkHGZZEceEw-1" parent="1" style="rounded=0;whiteSpace=wrap;html=1;fillColor=#f5f5f5;fontColor=#333333;strokeColor=#666666;" value="" vertex="1">
          <mxGeometry height="320" width="160" x="260" y="100" as="geometry" />
        </mxCell>
        <mxCell id="G8Zy-LlNMrhHeW_77g2g-1" parent="1" style="rounded=1;whiteSpace=wrap;html=1;fillColor=#ffe6cc;strokeColor=#d79b00;" value="Serializer CTL" vertex="1">
          <mxGeometry height="120" width="120" x="280" y="120" as="geometry" />
        </mxCell>
        <mxCell id="wIeQdBnEv0pdlUBdbEon-1" parent="1" style="rounded=1;whiteSpace=wrap;html=1;fillColor=#fff2cc;strokeColor=#d6b656;" value="Deserializer CTL" vertex="1">
          <mxGeometry height="120" width="120" x="280" y="280" as="geometry" />
        </mxCell>
        <mxCell id="X-qPLqKzp9THK4t3gmV8-1" edge="1" parent="1" style="endArrow=classic;html=1;rounded=0;" value="">
          <mxGeometry height="50" relative="1" width="50" as="geometry">
            <mxPoint x="400" y="140" as="sourcePoint" />
            <mxPoint x="440" y="140" as="targetPoint" />
          </mxGeometry>
        </mxCell>
        <mxCell id="X-qPLqKzp9THK4t3gmV8-2" edge="1" parent="1" style="endArrow=classic;html=1;rounded=0;" value="">
          <mxGeometry height="50" relative="1" width="50" as="geometry">
            <mxPoint x="400" y="160" as="sourcePoint" />
            <mxPoint x="440" y="160" as="targetPoint" />
          </mxGeometry>
        </mxCell>
        <mxCell id="X-qPLqKzp9THK4t3gmV8-3" edge="1" parent="1" style="endArrow=classic;html=1;rounded=0;" value="">
          <mxGeometry height="50" relative="1" width="50" as="geometry">
            <mxPoint x="400" y="220" as="sourcePoint" />
            <mxPoint x="440" y="220" as="targetPoint" />
          </mxGeometry>
        </mxCell>
        <mxCell id="X-qPLqKzp9THK4t3gmV8-4" parent="1" style="text;html=1;whiteSpace=wrap;strokeColor=none;fillColor=none;align=center;verticalAlign=middle;rounded=0;" value="enc_en" vertex="1">
          <mxGeometry height="20" width="60" x="430" y="130" as="geometry" />
        </mxCell>
        <mxCell id="X-qPLqKzp9THK4t3gmV8-5" parent="1" style="text;html=1;whiteSpace=wrap;strokeColor=none;fillColor=none;align=center;verticalAlign=middle;rounded=0;" value="load" vertex="1">
          <mxGeometry height="20" width="60" x="430" y="150" as="geometry" />
        </mxCell>
        <mxCell id="X-qPLqKzp9THK4t3gmV8-6" parent="1" style="text;html=1;whiteSpace=wrap;strokeColor=none;fillColor=none;align=center;verticalAlign=middle;rounded=0;" value="shift" vertex="1">
          <mxGeometry height="20" width="50" x="430" y="190" as="geometry" />
        </mxCell>
        <mxCell id="X-qPLqKzp9THK4t3gmV8-9" edge="1" parent="1" style="endArrow=classic;html=1;rounded=0;" value="">
          <mxGeometry height="50" relative="1" width="50" as="geometry">
            <mxPoint x="400" y="200" as="sourcePoint" />
            <mxPoint x="440" y="200" as="targetPoint" />
          </mxGeometry>
        </mxCell>
        <mxCell id="X-qPLqKzp9THK4t3gmV8-10" parent="1" style="text;html=1;whiteSpace=wrap;strokeColor=none;fillColor=none;align=center;verticalAlign=middle;rounded=0;" value="start_o" vertex="1">
          <mxGeometry height="20" width="60" x="430" y="210" as="geometry" />
        </mxCell>
        <mxCell id="FiRCwvCaNsapRFeykQAh-1" edge="1" parent="1" style="endArrow=classic;html=1;rounded=0;" value="">
          <mxGeometry height="50" relative="1" width="50" as="geometry">
            <mxPoint x="240" y="140" as="sourcePoint" />
            <mxPoint x="280" y="140" as="targetPoint" />
          </mxGeometry>
        </mxCell>
        <mxCell id="FiRCwvCaNsapRFeykQAh-2" edge="1" parent="1" style="endArrow=classic;html=1;rounded=0;" value="">
          <mxGeometry height="50" relative="1" width="50" as="geometry">
            <mxPoint x="240" y="169.99999999999997" as="sourcePoint" />
            <mxPoint x="280" y="169.99999999999997" as="targetPoint" />
          </mxGeometry>
        </mxCell>
        <mxCell id="-koC4CC0GxtnMthY_ZYP-1" parent="1" style="text;html=1;whiteSpace=wrap;strokeColor=none;fillColor=none;align=center;verticalAlign=middle;rounded=0;" value="i_enc" vertex="1">
          <mxGeometry height="20" width="50" x="200" y="130" as="geometry" />
        </mxCell>
        <mxCell id="fXZoLBTZdYtHPpYVtO70-1" edge="1" parent="1" style="endArrow=classic;html=1;rounded=0;" value="">
          <mxGeometry height="50" relative="1" width="50" as="geometry">
            <mxPoint x="240" y="199.82999999999998" as="sourcePoint" />
            <mxPoint x="280" y="199.82999999999998" as="targetPoint" />
          </mxGeometry>
        </mxCell>
        <mxCell id="fXZoLBTZdYtHPpYVtO70-4" parent="1" style="text;html=1;whiteSpace=wrap;strokeColor=none;fillColor=none;align=center;verticalAlign=middle;rounded=0;" value="clk" vertex="1">
          <mxGeometry height="20" width="50" x="200" y="160" as="geometry" />
        </mxCell>
        <mxCell id="fXZoLBTZdYtHPpYVtO70-5" parent="1" style="text;html=1;whiteSpace=wrap;strokeColor=none;fillColor=none;align=center;verticalAlign=middle;rounded=0;" value="rst_n" vertex="1">
          <mxGeometry height="20" width="50" x="200" y="190" as="geometry" />
        </mxCell>
        <mxCell id="VAVcrOQZbDeR2DRLSXw2-1" edge="1" parent="1" style="endArrow=classic;html=1;rounded=0;" value="">
          <mxGeometry height="50" relative="1" width="50" as="geometry">
            <mxPoint x="240" y="310" as="sourcePoint" />
            <mxPoint x="280" y="310" as="targetPoint" />
          </mxGeometry>
        </mxCell>
        <mxCell id="VAVcrOQZbDeR2DRLSXw2-2" edge="1" parent="1" style="endArrow=classic;html=1;rounded=0;" value="">
          <mxGeometry height="50" relative="1" width="50" as="geometry">
            <mxPoint x="240" y="340" as="sourcePoint" />
            <mxPoint x="280" y="340" as="targetPoint" />
          </mxGeometry>
        </mxCell>
        <mxCell id="VAVcrOQZbDeR2DRLSXw2-3" parent="1" style="text;html=1;whiteSpace=wrap;strokeColor=none;fillColor=none;align=center;verticalAlign=middle;rounded=0;" value="i_dec" vertex="1">
          <mxGeometry height="20" width="50" x="190" y="300" as="geometry" />
        </mxCell>
        <mxCell id="VAVcrOQZbDeR2DRLSXw2-4" edge="1" parent="1" style="endArrow=classic;html=1;rounded=0;" value="">
          <mxGeometry height="50" relative="1" width="50" as="geometry">
            <mxPoint x="240" y="369.83" as="sourcePoint" />
            <mxPoint x="280" y="369.83" as="targetPoint" />
          </mxGeometry>
        </mxCell>
        <mxCell id="VAVcrOQZbDeR2DRLSXw2-5" parent="1" style="text;html=1;whiteSpace=wrap;strokeColor=none;fillColor=none;align=center;verticalAlign=middle;rounded=0;" value="clk" vertex="1">
          <mxGeometry height="20" width="50" x="190" y="330" as="geometry" />
        </mxCell>
        <mxCell id="VAVcrOQZbDeR2DRLSXw2-6" parent="1" style="text;html=1;whiteSpace=wrap;strokeColor=none;fillColor=none;align=center;verticalAlign=middle;rounded=0;" value="rst_n" vertex="1">
          <mxGeometry height="20" width="50" x="190" y="360" as="geometry" />
        </mxCell>
        <mxCell id="xwufIWdPgVpht8cFhzrq-1" edge="1" parent="1" style="endArrow=classic;html=1;rounded=0;" value="">
          <mxGeometry height="50" relative="1" width="50" as="geometry">
            <mxPoint x="400" y="320" as="sourcePoint" />
            <mxPoint x="440" y="320" as="targetPoint" />
          </mxGeometry>
        </mxCell>
        <mxCell id="xwufIWdPgVpht8cFhzrq-4" parent="1" style="text;html=1;whiteSpace=wrap;strokeColor=none;fillColor=none;align=center;verticalAlign=middle;rounded=0;" value="dec_en" vertex="1">
          <mxGeometry height="20" width="50" x="440" y="310" as="geometry" />
        </mxCell>
        <mxCell id="xwufIWdPgVpht8cFhzrq-6" parent="1" style="text;html=1;whiteSpace=wrap;strokeColor=none;fillColor=none;align=center;verticalAlign=middle;rounded=0;" value="push" vertex="1">
          <mxGeometry height="20" width="40" x="440" y="350" as="geometry" />
        </mxCell>
        <mxCell id="xwufIWdPgVpht8cFhzrq-7" edge="1" parent="1" style="endArrow=classic;html=1;rounded=0;" value="">
          <mxGeometry height="50" relative="1" width="50" as="geometry">
            <mxPoint x="400" y="359.83" as="sourcePoint" />
            <mxPoint x="440" y="359.83" as="targetPoint" />
          </mxGeometry>
        </mxCell>
      </root>
    </mxGraphModel>
  </diagram>
  <diagram id="EmpDpsy_r7q6UUkdSIuZ" name="CTL FSM">
    <mxGraphModel dx="314" dy="442" grid="1" gridSize="10" guides="1" tooltips="1" connect="1" arrows="1" fold="1" page="1" pageScale="1" pageWidth="850" pageHeight="1100" math="0" shadow="0">
      <root>
        <mxCell id="0" />
        <mxCell id="1" parent="0" />
        <mxCell id="EW58-9rXSnDX6RP6FTQy-5" edge="1" parent="1" source="EW58-9rXSnDX6RP6FTQy-1" style="edgeStyle=orthogonalEdgeStyle;rounded=0;orthogonalLoop=1;jettySize=auto;html=1;entryX=0;entryY=0.5;entryDx=0;entryDy=0;" target="EW58-9rXSnDX6RP6FTQy-2">
          <mxGeometry relative="1" as="geometry" />
        </mxCell>
        <mxCell id="EW58-9rXSnDX6RP6FTQy-1" parent="1" style="ellipse;whiteSpace=wrap;html=1;" value="IDLE" vertex="1">
          <mxGeometry height="80" width="120" x="240" y="70" as="geometry" />
        </mxCell>
        <mxCell id="EW58-9rXSnDX6RP6FTQy-6" edge="1" parent="1" source="EW58-9rXSnDX6RP6FTQy-2" style="edgeStyle=orthogonalEdgeStyle;rounded=0;orthogonalLoop=1;jettySize=auto;html=1;entryX=0.5;entryY=0;entryDx=0;entryDy=0;" target="EW58-9rXSnDX6RP6FTQy-3">
          <mxGeometry relative="1" as="geometry" />
        </mxCell>
        <mxCell id="EW58-9rXSnDX6RP6FTQy-2" parent="1" style="ellipse;whiteSpace=wrap;html=1;" value="ENCODER&lt;br&gt;-------------&lt;br&gt;enc_en = 1" vertex="1">
          <mxGeometry height="80" width="120" x="440" y="70" as="geometry" />
        </mxCell>
        <mxCell id="4sdpeompC0_zFdnh-VaF-34" edge="1" parent="1" source="EW58-9rXSnDX6RP6FTQy-3" style="edgeStyle=orthogonalEdgeStyle;rounded=0;orthogonalLoop=1;jettySize=auto;html=1;" target="EW58-9rXSnDX6RP6FTQy-4" value="">
          <mxGeometry relative="1" as="geometry" />
        </mxCell>
        <mxCell id="EW58-9rXSnDX6RP6FTQy-3" parent="1" style="ellipse;whiteSpace=wrap;html=1;" value="LOAD&lt;div&gt;-------------&lt;br&gt;load = 1&lt;/div&gt;&lt;div&gt;start_o = 1&lt;/div&gt;" vertex="1">
          <mxGeometry height="80" width="120" x="440" y="200" as="geometry" />
        </mxCell>
        <mxCell id="EW58-9rXSnDX6RP6FTQy-4" parent="1" style="ellipse;whiteSpace=wrap;html=1;" value="SHIFT&lt;br&gt;-------------&lt;br&gt;shift = 1" vertex="1">
          <mxGeometry height="80" width="120" x="440" y="320" as="geometry" />
        </mxCell>
        <mxCell id="4sdpeompC0_zFdnh-VaF-1" parent="1" style="text;html=1;whiteSpace=wrap;strokeColor=none;fillColor=none;align=center;verticalAlign=middle;rounded=0;rotation=29;" value="bit_count == 10" vertex="1">
          <mxGeometry height="20" width="100" x="340" y="300" as="geometry" />
        </mxCell>
        <mxCell id="4sdpeompC0_zFdnh-VaF-3" parent="1" style="text;html=1;whiteSpace=wrap;strokeColor=none;fillColor=none;align=center;verticalAlign=middle;rounded=0;" value="i_enc" vertex="1">
          <mxGeometry height="20" width="50" x="370" y="90" as="geometry" />
        </mxCell>
        <mxCell id="4sdpeompC0_zFdnh-VaF-7" edge="1" parent="1" source="EW58-9rXSnDX6RP6FTQy-1" style="edgeStyle=orthogonalEdgeStyle;rounded=0;orthogonalLoop=1;jettySize=auto;html=1;exitX=0;exitY=0;exitDx=0;exitDy=0;entryX=0;entryY=0.5;entryDx=0;entryDy=0;curved=1;innerLoopWaypoints=1;" target="EW58-9rXSnDX6RP6FTQy-1">
          <mxGeometry relative="1" as="geometry">
            <Array as="points">
              <mxPoint x="257.6" y="70" />
              <mxPoint x="210" y="70" />
              <mxPoint x="210" y="110" />
            </Array>
          </mxGeometry>
        </mxCell>
        <mxCell id="4sdpeompC0_zFdnh-VaF-8" edge="1" parent="1" style="endArrow=classic;html=1;rounded=0;entryX=0.5;entryY=0;entryDx=0;entryDy=0;" target="EW58-9rXSnDX6RP6FTQy-1" value="">
          <mxGeometry height="50" relative="1" width="50" as="geometry">
            <mxPoint x="300" y="30" as="sourcePoint" />
            <mxPoint x="340" y="-50" as="targetPoint" />
          </mxGeometry>
        </mxCell>
        <mxCell id="4sdpeompC0_zFdnh-VaF-9" parent="1" style="text;html=1;whiteSpace=wrap;strokeColor=none;fillColor=none;align=center;verticalAlign=middle;rounded=0;" value="rst_n" vertex="1">
          <mxGeometry height="20" width="40" x="300" y="30" as="geometry" />
        </mxCell>
        <mxCell id="4sdpeompC0_zFdnh-VaF-10" edge="1" parent="1" source="4sdpeompC0_zFdnh-VaF-11" style="edgeStyle=orthogonalEdgeStyle;rounded=0;orthogonalLoop=1;jettySize=auto;html=1;entryX=0;entryY=0.5;entryDx=0;entryDy=0;" target="4sdpeompC0_zFdnh-VaF-13">
          <mxGeometry relative="1" as="geometry" />
        </mxCell>
        <mxCell id="4sdpeompC0_zFdnh-VaF-11" parent="1" style="ellipse;whiteSpace=wrap;html=1;" value="IDLE" vertex="1">
          <mxGeometry height="80" width="120" x="239.97" y="520" as="geometry" />
        </mxCell>
        <mxCell id="4pLM7IWviUp6uyvtzNUv-2" edge="1" parent="1" source="4sdpeompC0_zFdnh-VaF-13" style="edgeStyle=orthogonalEdgeStyle;rounded=0;orthogonalLoop=1;jettySize=auto;html=1;entryX=0.5;entryY=0;entryDx=0;entryDy=0;" target="4sdpeompC0_zFdnh-VaF-15">
          <mxGeometry relative="1" as="geometry" />
        </mxCell>
        <mxCell id="4sdpeompC0_zFdnh-VaF-13" parent="1" style="ellipse;whiteSpace=wrap;html=1;" value="SHIFT&lt;br&gt;-------------&lt;br&gt;push = 1" vertex="1">
          <mxGeometry height="80" width="120" x="439.97" y="520" as="geometry" />
        </mxCell>
        <mxCell id="4sdpeompC0_zFdnh-VaF-37" edge="1" parent="1" source="4sdpeompC0_zFdnh-VaF-15" style="edgeStyle=orthogonalEdgeStyle;rounded=0;orthogonalLoop=1;jettySize=auto;html=1;" target="4sdpeompC0_zFdnh-VaF-31" value="">
          <mxGeometry relative="1" as="geometry" />
        </mxCell>
        <mxCell id="4sdpeompC0_zFdnh-VaF-15" parent="1" style="ellipse;whiteSpace=wrap;html=1;" value="DECODER&lt;div&gt;-------------&lt;br&gt;dec_en = 1&lt;/div&gt;" vertex="1">
          <mxGeometry height="80" width="120" x="439.97" y="680" as="geometry" />
        </mxCell>
        <mxCell id="4sdpeompC0_zFdnh-VaF-18" parent="1" style="text;html=1;whiteSpace=wrap;strokeColor=none;fillColor=none;align=center;verticalAlign=middle;rounded=0;rotation=0;" value="bit_count == 10" vertex="1">
          <mxGeometry height="20" width="100" x="500" y="630" as="geometry" />
        </mxCell>
        <mxCell id="4sdpeompC0_zFdnh-VaF-20" edge="1" parent="1" source="4sdpeompC0_zFdnh-VaF-11" style="edgeStyle=orthogonalEdgeStyle;rounded=0;orthogonalLoop=1;jettySize=auto;html=1;exitX=0;exitY=0;exitDx=0;exitDy=0;entryX=0;entryY=0.5;entryDx=0;entryDy=0;curved=1;innerLoopWaypoints=1;" target="4sdpeompC0_zFdnh-VaF-11">
          <mxGeometry relative="1" as="geometry">
            <Array as="points">
              <mxPoint x="257.57" y="520" />
              <mxPoint x="209.97" y="520" />
              <mxPoint x="209.97" y="560" />
            </Array>
          </mxGeometry>
        </mxCell>
        <mxCell id="4sdpeompC0_zFdnh-VaF-21" edge="1" parent="1" style="endArrow=classic;html=1;rounded=0;entryX=0.5;entryY=0;entryDx=0;entryDy=0;" target="4sdpeompC0_zFdnh-VaF-11" value="">
          <mxGeometry height="50" relative="1" width="50" as="geometry">
            <mxPoint x="299.97" y="480" as="sourcePoint" />
            <mxPoint x="339.97" y="400" as="targetPoint" />
          </mxGeometry>
        </mxCell>
        <mxCell id="4sdpeompC0_zFdnh-VaF-22" parent="1" style="text;html=1;whiteSpace=wrap;strokeColor=none;fillColor=none;align=center;verticalAlign=middle;rounded=0;" value="rst_n" vertex="1">
          <mxGeometry height="20" width="40" x="299.97" y="480" as="geometry" />
        </mxCell>
        <mxCell id="4sdpeompC0_zFdnh-VaF-23" parent="1" style="text;html=1;whiteSpace=wrap;strokeColor=none;fillColor=none;align=center;verticalAlign=middle;rounded=0;" value="i_dec" vertex="1">
          <mxGeometry height="20" width="50" x="369.97" y="540" as="geometry" />
        </mxCell>
        <mxCell id="4sdpeompC0_zFdnh-VaF-30" edge="1" parent="1" source="4sdpeompC0_zFdnh-VaF-13" style="edgeStyle=orthogonalEdgeStyle;rounded=0;orthogonalLoop=1;jettySize=auto;html=1;exitX=0.5;exitY=0;exitDx=0;exitDy=0;entryX=1;entryY=0.5;entryDx=0;entryDy=0;curved=1;" target="4sdpeompC0_zFdnh-VaF-13">
          <mxGeometry relative="1" as="geometry" />
        </mxCell>
        <mxCell id="4sdpeompC0_zFdnh-VaF-31" parent="1" style="ellipse;whiteSpace=wrap;html=1;" value="FINISH&lt;div&gt;-------------&lt;br&gt;dec_en = 0&lt;/div&gt;" vertex="1">
          <mxGeometry height="80" width="120" x="239.97" y="680" as="geometry" />
        </mxCell>
        <mxCell id="4sdpeompC0_zFdnh-VaF-32" parent="1" style="ellipse;whiteSpace=wrap;html=1;" value="FINISH&lt;div&gt;-------------&lt;br&gt;shift = 0&lt;/div&gt;&lt;div&gt;start_o = 0&lt;/div&gt;" vertex="1">
          <mxGeometry height="80" width="120" x="240" y="200" as="geometry" />
        </mxCell>
        <mxCell id="4sdpeompC0_zFdnh-VaF-35" edge="1" parent="1" source="EW58-9rXSnDX6RP6FTQy-4" style="endArrow=classic;html=1;rounded=0;exitX=0;exitY=0;exitDx=0;exitDy=0;entryX=1;entryY=1;entryDx=0;entryDy=0;" target="4sdpeompC0_zFdnh-VaF-32" value="">
          <mxGeometry height="50" relative="1" width="50" as="geometry">
            <mxPoint x="400" y="350" as="sourcePoint" />
            <mxPoint x="450" y="300" as="targetPoint" />
          </mxGeometry>
        </mxCell>
        <mxCell id="4sdpeompC0_zFdnh-VaF-36" edge="1" parent="1" source="4sdpeompC0_zFdnh-VaF-32" style="endArrow=classic;html=1;rounded=0;entryX=0;entryY=1;entryDx=0;entryDy=0;exitX=1;exitY=0;exitDx=0;exitDy=0;" target="EW58-9rXSnDX6RP6FTQy-2" value="">
          <mxGeometry height="50" relative="1" width="50" as="geometry">
            <mxPoint x="380" y="190" as="sourcePoint" />
            <mxPoint x="430" y="140" as="targetPoint" />
          </mxGeometry>
        </mxCell>
        <mxCell id="4sdpeompC0_zFdnh-VaF-38" edge="1" parent="1" source="4sdpeompC0_zFdnh-VaF-31" style="endArrow=classic;html=1;rounded=0;exitX=1;exitY=0;exitDx=0;exitDy=0;entryX=0;entryY=1;entryDx=0;entryDy=0;" target="4sdpeompC0_zFdnh-VaF-13" value="">
          <mxGeometry height="50" relative="1" width="50" as="geometry">
            <mxPoint x="339.97" y="660" as="sourcePoint" />
            <mxPoint x="389.97" y="610" as="targetPoint" />
          </mxGeometry>
        </mxCell>
        <mxCell id="9wPeDhh8wmLyt1vG4DMr-1" parent="1" style="text;html=1;whiteSpace=wrap;strokeColor=none;fillColor=none;align=center;verticalAlign=middle;rounded=0;" value="!i_dec" vertex="1">
          <mxGeometry height="20" width="50" x="190" y="500" as="geometry" />
        </mxCell>
        <mxCell id="9wPeDhh8wmLyt1vG4DMr-2" parent="1" style="text;html=1;whiteSpace=wrap;strokeColor=none;fillColor=none;align=center;verticalAlign=middle;rounded=0;" value="!i_enc" vertex="1">
          <mxGeometry height="20" width="50" x="190" y="50" as="geometry" />
        </mxCell>
      </root>
    </mxGraphModel>
  </diagram>
  <diagram id="fxTHtI31-5r9ZzWnkU1u" name="ICG">
    <mxGraphModel dx="785" dy="1105" grid="1" gridSize="10" guides="1" tooltips="1" connect="1" arrows="1" fold="1" page="1" pageScale="1" pageWidth="850" pageHeight="1100" math="0" shadow="0">
      <root>
        <mxCell id="0" />
        <mxCell id="1" parent="0" />
      </root>
    </mxGraphModel>
  </diagram>
</mxfile>
